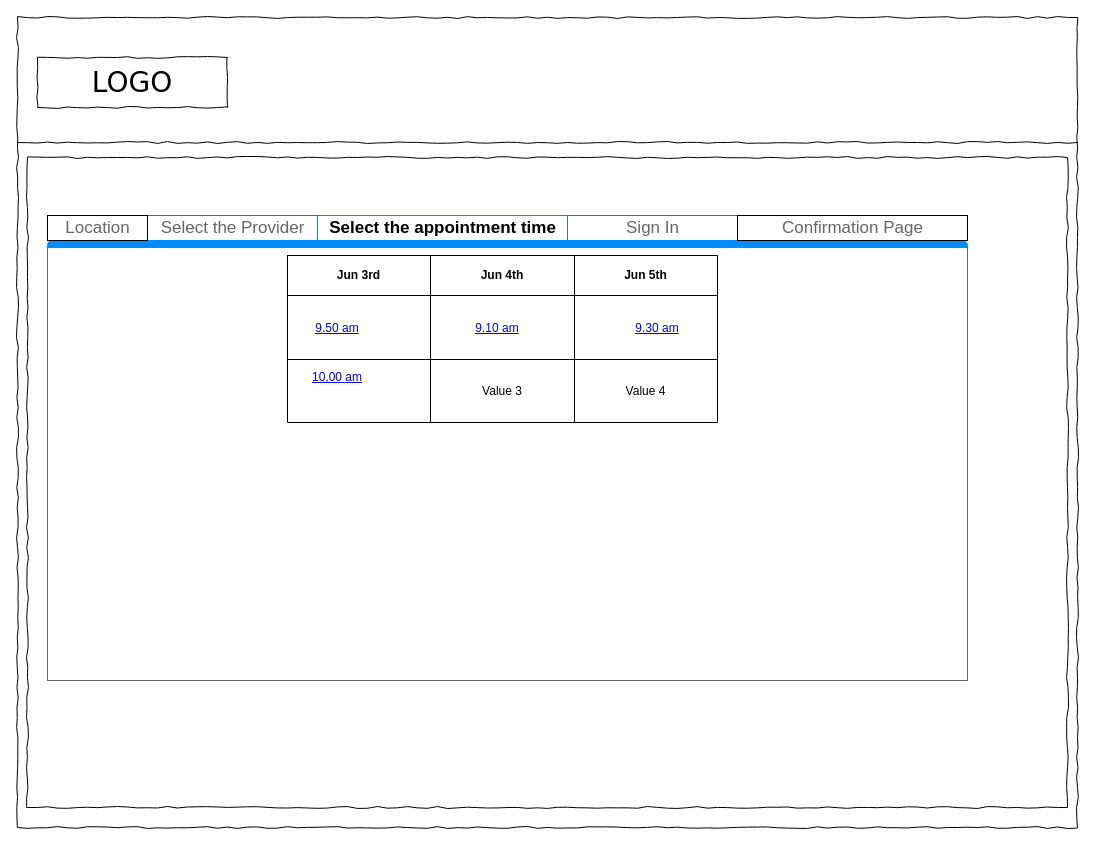
Above: Select the appointment time.drawio in Janani-Manoharan/CovidDots (draw.io), before the change. Source tidied: cells renumbered, new cells numbered last; positions are measured from the earlier drawing's top-left corner, leaving out a move shared by most shapes. Both pictures are drawn from the tidied source at 100%, with x=0, y=0 at pixel (17, 17). Pictures stored in the file or linked from it are replaced by grey dashed boxes.
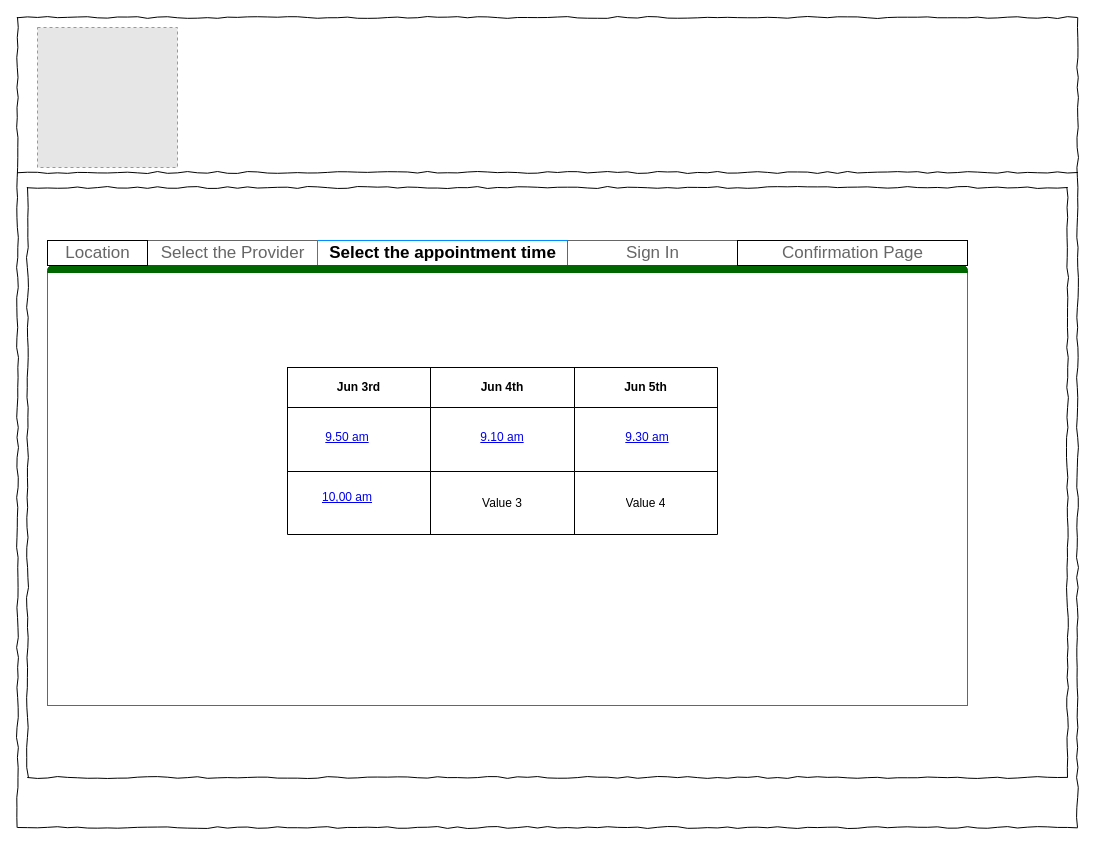
After the change.

Diff of the diagram source:
```diff
@@
-    <mxCell id="3" value="LOGO" style="whiteSpace=wrap;html=1;rounded=0;shadow=0;labelBackgroundColor=none;strokeWidth=1;fontFamily=Verdana;fontSize=28;align=center;comic=1;" parent="1" vertex="1">
-      <mxGeometry x="20" y="40" width="190" height="50" as="geometry" />
-    </mxCell>
     <mxCell id="4" style="whiteSpace=wrap;html=1;rounded=0;shadow=0;labelBackgroundColor=none;strokeWidth=1;fillColor=none;fontFamily=Verdana;fontSize=12;align=center;comic=1;" parent="1" vertex="1">
-      <mxGeometry x="10" y="140" width="1040" height="650" as="geometry" />
+      <mxGeometry x="10" y="170" width="1040" height="590" as="geometry" />
     </mxCell>
     <mxCell id="5" style="line;strokeWidth=1;html=1;rounded=0;shadow=0;labelBackgroundColor=none;fillColor=none;fontFamily=Verdana;fontSize=14;fontColor=#000000;align=center;comic=1;" parent="1" vertex="1">
-      <mxGeometry y="120" width="1060" height="10" as="geometry" />
+      <mxGeometry y="120" width="1060" height="70" as="geometry" />
     </mxCell>
     <mxCell id="6" style="strokeWidth=1;shadow=0;dashed=0;align=center;html=1;shape=mxgraph.mockup.containers.marginRect2;rectMarginTop=32;strokeColor=#666666;gradientColor=none;" parent="1" vertex="1">
-      <mxGeometry x="30" y="198" width="920" height="465" as="geometry" />
+      <mxGeometry x="30" y="223" width="920" height="465" as="geometry" />
     </mxCell>
@@
-    <mxCell id="10" style="strokeWidth=1;shadow=0;dashed=0;align=center;html=1;shape=mxgraph.mockup.containers.topButton;rSize=5;strokeColor=#008cff;fillColor=#008cff;gradientColor=none;" parent="6" vertex="1">
+    <mxCell id="10" style="strokeWidth=1;shadow=0;dashed=0;align=center;html=1;shape=mxgraph.mockup.containers.topButton;rSize=5;gradientColor=none;fillColor=#006600;strokeColor=#006600;" parent="6" vertex="1">
       <mxGeometry width="920" height="7" relative="1" as="geometry">
         <mxPoint y="25" as="offset" />
       </mxGeometry>
     </mxCell>
     <mxCell id="11" style="shape=table;html=1;whiteSpace=wrap;startSize=0;childLayout=tableLayout;fillColor=none;" parent="6" vertex="1">
-      <mxGeometry x="240" y="40" width="430" height="167" as="geometry" />
+      <mxGeometry x="240" y="127" width="430" height="167" as="geometry" />
     </mxCell>
@@
-    <mxCell id="24" value="Confirmation Page" style="strokeColor=inherit;fillColor=inherit;gradientColor=inherit;strokeWidth=1;shadow=0;dashed=0;align=center;html=1;shape=mxgraph.mockup.containers.rrect;rSize=0;fontSize=17;fontColor=#666666;gradientColor=none;" parent="1" vertex="1">
-      <mxGeometry x="720" y="198" width="230" height="25" as="geometry" />
-    </mxCell>
-    <mxCell id="25" value="9.50 am" style="text;html=1;strokeColor=none;fillColor=none;whiteSpace=wrap;align=center;verticalAlign=middle;fontColor=#0000EE;fontStyle=4;" parent="1" vertex="1">
-      <mxGeometry x="290" y="291" width="60" height="40" as="geometry" />
+    <mxCell id="25" value="9.50 am" style="text;html=1;strokeColor=none;fillColor=none;whiteSpace=wrap;align=center;verticalAlign=middle;fontColor=#0000EE;fontStyle=4;" parent="6" vertex="1">
+      <mxGeometry x="270" y="177" width="60" height="40" as="geometry" />
     </mxCell>
-    <mxCell id="26" value="10,00 am" style="text;html=1;strokeColor=none;fillColor=none;whiteSpace=wrap;align=center;verticalAlign=middle;fontColor=#0000EE;fontStyle=4;" parent="1" vertex="1">
-      <mxGeometry x="290" y="340" width="60" height="40" as="geometry" />
+    <mxCell id="26" value="10,00 am" style="text;html=1;strokeColor=none;fillColor=none;whiteSpace=wrap;align=center;verticalAlign=middle;fontColor=#0000EE;fontStyle=4;" parent="6" vertex="1">
+      <mxGeometry x="270" y="237" width="60" height="40" as="geometry" />
     </mxCell>
-    <mxCell id="27" value="9.10 am" style="text;html=1;strokeColor=none;fillColor=none;whiteSpace=wrap;align=center;verticalAlign=middle;fontColor=#0000EE;fontStyle=4;" parent="1" vertex="1">
-      <mxGeometry x="450" y="291" width="60" height="40" as="geometry" />
+    <mxCell id="27" value="9.10 am" style="text;html=1;strokeColor=none;fillColor=none;whiteSpace=wrap;align=center;verticalAlign=middle;fontColor=#0000EE;fontStyle=4;" parent="6" vertex="1">
+      <mxGeometry x="425" y="177" width="60" height="40" as="geometry" />
     </mxCell>
-    <mxCell id="28" value="9.30 am" style="text;html=1;strokeColor=none;fillColor=none;whiteSpace=wrap;align=center;verticalAlign=middle;fontColor=#0000EE;fontStyle=4;" parent="1" vertex="1">
-      <mxGeometry x="610" y="291" width="60" height="40" as="geometry" />
+    <mxCell id="28" value="9.30 am" style="text;html=1;strokeColor=none;fillColor=none;whiteSpace=wrap;align=center;verticalAlign=middle;fontColor=#0000EE;fontStyle=4;" parent="6" vertex="1">
+      <mxGeometry x="570" y="177" width="60" height="40" as="geometry" />
     </mxCell>
+    <mxCell id="24" value="Confirmation Page" style="strokeColor=inherit;fillColor=inherit;gradientColor=inherit;strokeWidth=1;shadow=0;dashed=0;align=center;html=1;shape=mxgraph.mockup.containers.rrect;rSize=0;fontSize=17;fontColor=#666666;gradientColor=none;" parent="1" vertex="1">
+      <mxGeometry x="720" y="223" width="230" height="25" as="geometry" />
+    </mxCell>
     <mxCell id="29" value="Location" style="strokeColor=inherit;fillColor=inherit;gradientColor=inherit;strokeWidth=1;shadow=0;dashed=0;align=center;html=1;shape=mxgraph.mockup.containers.rrect;rSize=0;fontSize=17;fontColor=#666666;gradientColor=none;" parent="1" vertex="1">
-      <mxGeometry x="30" y="198" width="100" height="25" as="geometry" />
+      <mxGeometry x="30" y="223" width="100" height="25" as="geometry" />
     </mxCell>
+    <mxCell id="30" style="fillColor=#E6E6E6;strokeColor=#999999;dashed=1;verticalLabelPosition=bottom;verticalAlign=top;" parent="1" vertex="1">
+      <mxGeometry x="20" y="10" width="140" height="140" as="geometry" />
+    </mxCell>
```
